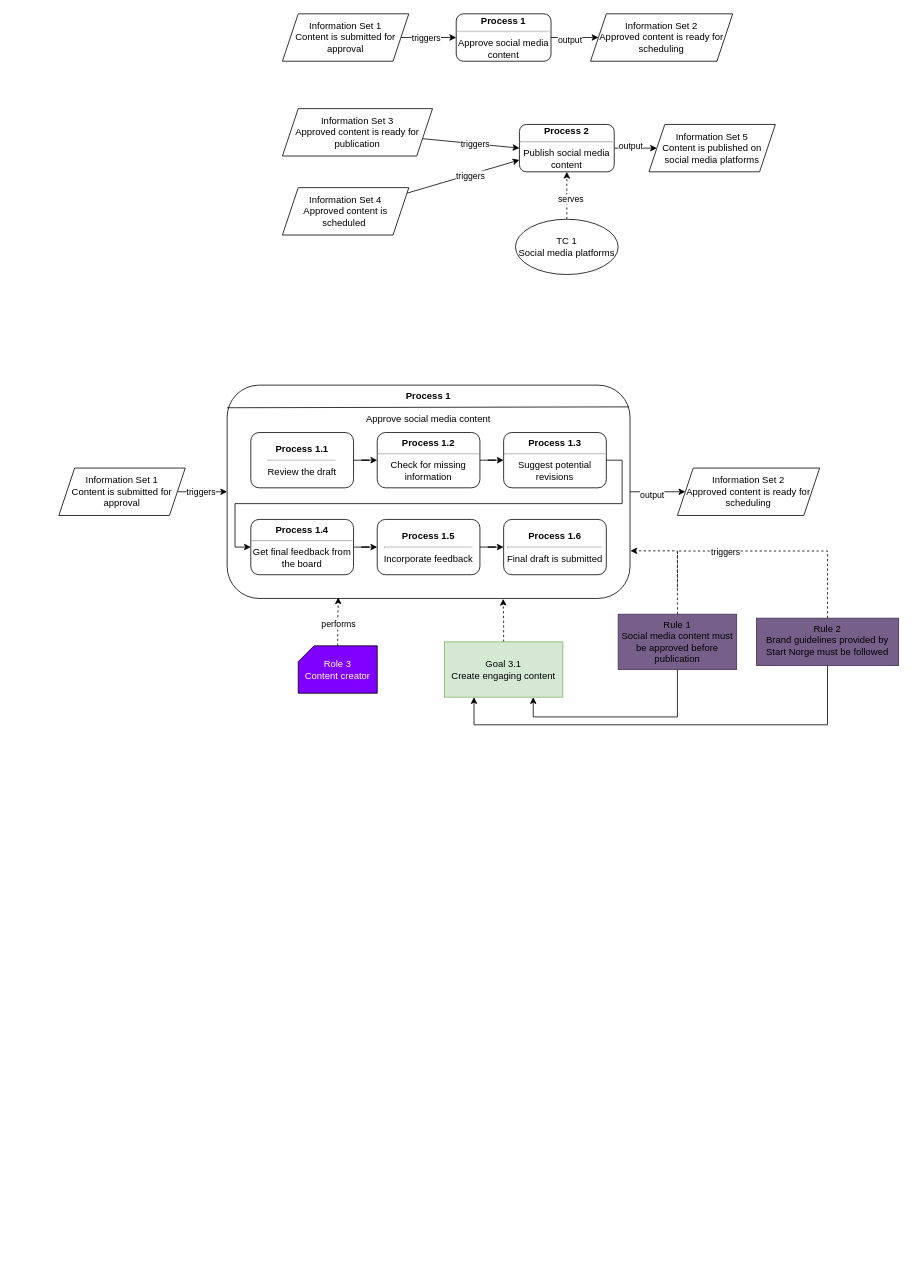
Above: page "business_process" (6 of 8) of Start Norge.drawio in marhjoh/TDT4252-Enterprise-Architecture-for-Enterprise-Innovation (draw.io), before the change. Source tidied: cells renumbered, new cells numbered last; positions are measured from the earlier drawing's top-left corner, leaving out a move shared by most shapes. Both pictures are drawn from the tidied source at 79%, with x=0, y=0 at pixel (58, 13).
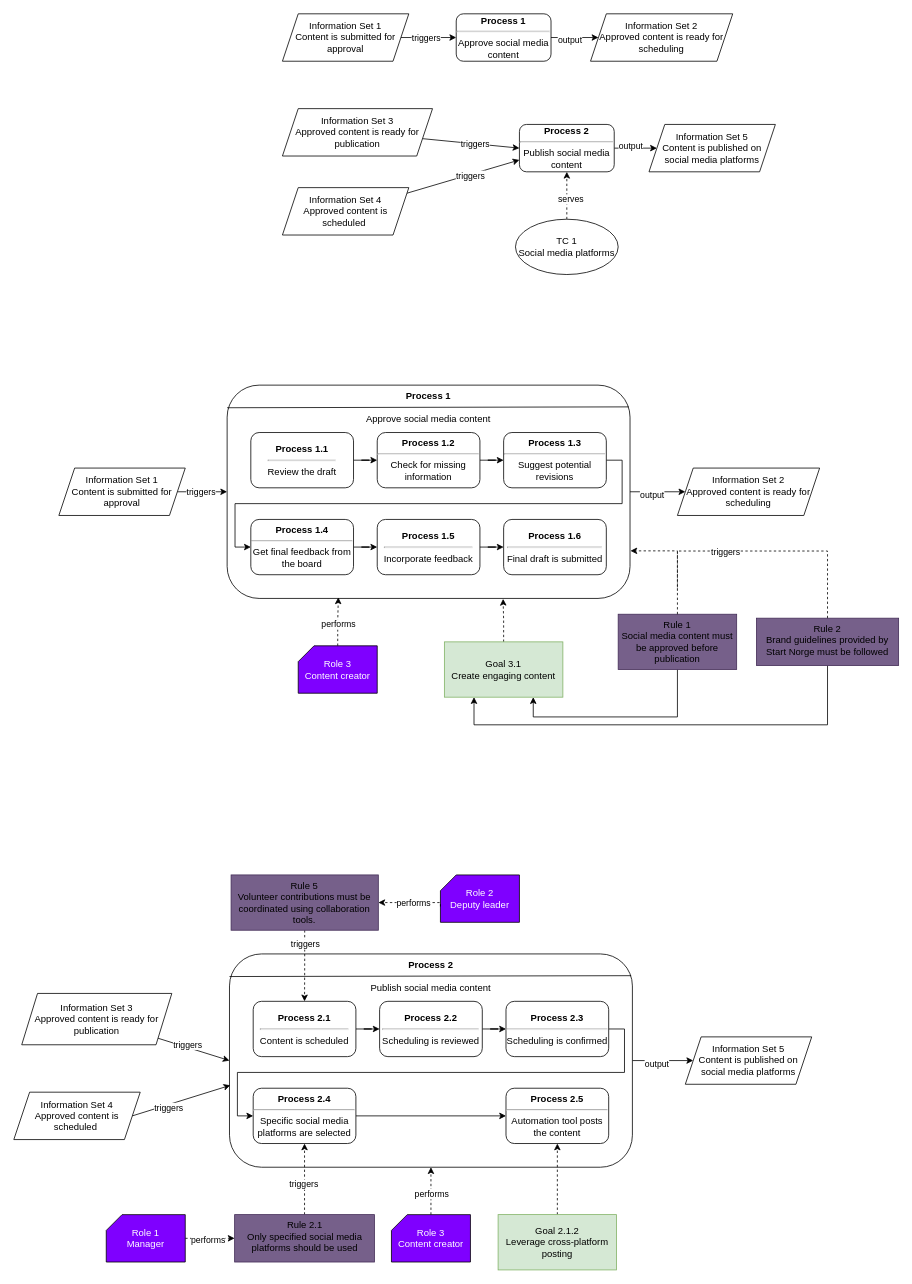
The same page after the edit.

Commit message:
add: subprocess post content

Diff of the diagram source:
```diff
@@
+    <mxCell id="53" style="edgeStyle=orthogonalEdgeStyle;rounded=0;jettySize=auto;html=1;entryX=0;entryY=0.5;entryDx=0;entryDy=0;" parent="1" edge="1" source="55" target="75">
+      <mxGeometry relative="1" as="geometry" />
+    </mxCell>
+    <mxCell id="54" value="output" style="edgeLabel;html=1;align=center;verticalAlign=middle;" parent="53" vertex="1">
+      <mxGeometry x="-0.22" y="-3" relative="1" as="geometry" />
+    </mxCell>
+    <mxCell id="55" value="&lt;b&gt;Process 2&lt;/b&gt;&lt;div&gt;&lt;br&gt;&lt;/div&gt;&lt;div&gt;Publish social media content&lt;div&gt;&lt;/div&gt;&lt;/div&gt;" style="rounded=1;whiteSpace=wrap;html=1;verticalAlign=top;" parent="1" vertex="1">
+      <mxGeometry x="216" y="1190" width="510" height="270" as="geometry" />
+    </mxCell>
+    <mxCell id="56" style="rounded=0;jettySize=auto;html=1;entryX=0;entryY=0.5;entryDx=0;entryDy=0;" parent="1" edge="1" source="58" target="55">
+      <mxGeometry relative="1" as="geometry" />
+    </mxCell>
+    <mxCell id="57" value="triggers" style="edgeLabel;html=1;align=center;verticalAlign=middle;" parent="56" vertex="1">
+      <mxGeometry x="-0.44" relative="1" as="geometry">
+        <mxPoint x="11" as="offset" />
+      </mxGeometry>
+    </mxCell>
+    <mxCell id="58" value="Information Set 3&lt;div&gt;Approved content is ready for publication&lt;/div&gt;" style="shape=parallelogram;perimeter=parallelogramPerimeter;whiteSpace=wrap;html=1;fixedSize=1;" parent="1" vertex="1">
+      <mxGeometry x="-47" y="1240" width="190" height="65" as="geometry" />
+    </mxCell>
+    <mxCell id="59" value="&lt;b&gt;Process 2.5&lt;/b&gt;&lt;hr&gt;Automation tool posts the content&lt;div&gt;&lt;/div&gt;" style="rounded=1;whiteSpace=wrap;html=1;" parent="1" vertex="1">
+      <mxGeometry x="566" y="1360" width="130" height="70" as="geometry" />
+    </mxCell>
+    <mxCell id="60" style="edgeStyle=orthogonalEdgeStyle;rounded=0;jettySize=auto;html=1;entryX=0;entryY=0.5;entryDx=0;entryDy=0;exitX=1;exitY=0.5;exitDx=0;exitDy=0;" parent="1" edge="1" source="70" target="69">
+      <mxGeometry relative="1" as="geometry">
+        <Array as="points">
+          <mxPoint x="716" y="1285" />
+          <mxPoint x="716" y="1340" />
+          <mxPoint x="226" y="1340" />
+          <mxPoint x="226" y="1395" />
+        </Array>
+      </mxGeometry>
+    </mxCell>
+    <mxCell id="61" style="edgeStyle=orthogonalEdgeStyle;rounded=0;jettySize=auto;html=1;entryX=0;entryY=0.5;entryDx=0;entryDy=0;" parent="1" edge="1" source="62" target="70">
+      <mxGeometry relative="1" as="geometry" />
+    </mxCell>
+    <mxCell id="62" value="&lt;b&gt;Process 2.2&lt;/b&gt;&lt;hr&gt;Scheduling is reviewed&lt;div&gt;&lt;/div&gt;" style="rounded=1;whiteSpace=wrap;html=1;" parent="1" vertex="1">
+      <mxGeometry x="406" y="1250" width="130" height="70" as="geometry" />
+    </mxCell>
+    <mxCell id="63" style="edgeStyle=orthogonalEdgeStyle;rounded=0;jettySize=auto;html=1;" parent="1" edge="1" source="64" target="62">
+      <mxGeometry relative="1" as="geometry" />
+    </mxCell>
+    <mxCell id="64" value="&lt;b&gt;Process 2.1&lt;/b&gt;&lt;hr&gt;Content is scheduled&lt;div&gt;&lt;/div&gt;" style="rounded=1;whiteSpace=wrap;html=1;" parent="1" vertex="1">
+      <mxGeometry x="246" y="1250" width="130" height="70" as="geometry" />
+    </mxCell>
+    <mxCell id="65" style="edgeStyle=orthogonalEdgeStyle;rounded=0;jettySize=auto;html=1;entryX=0.5;entryY=1;entryDx=0;entryDy=0;dashed=1;" parent="1" edge="1" source="67" target="55">
+      <mxGeometry relative="1" as="geometry" />
+    </mxCell>
+    <mxCell id="66" value="performs" style="edgeLabel;html=1;align=center;verticalAlign=middle;" parent="65" vertex="1">
+      <mxGeometry x="-0.09" relative="1" as="geometry" />
+    </mxCell>
+    <mxCell id="67" value="Role 3&lt;div&gt;Content creator&lt;/div&gt;" style="verticalLabelPosition=middle;verticalAlign=middle;html=1;shape=card;whiteSpace=wrap;size=20;arcSize=12;align=center;fillColor=#7F00FF;labelPosition=center;fontColor=#FFFFFF;" parent="1" vertex="1">
+      <mxGeometry x="421" y="1520" width="100" height="60" as="geometry" />
+    </mxCell>
+    <mxCell id="68" style="edgeStyle=orthogonalEdgeStyle;rounded=0;jettySize=auto;html=1;" parent="1" edge="1" source="69" target="59">
+      <mxGeometry relative="1" as="geometry" />
+    </mxCell>
+    <mxCell id="69" value="&lt;b&gt;Process 2.4&lt;/b&gt;&lt;hr&gt;Specific social media platforms are selected&lt;div&gt;&lt;/div&gt;" style="rounded=1;whiteSpace=wrap;html=1;" parent="1" vertex="1">
+      <mxGeometry x="246" y="1360" width="130" height="70" as="geometry" />
+    </mxCell>
+    <mxCell id="70" value="&lt;b&gt;Process 2.3&lt;/b&gt;&lt;hr&gt;Scheduling is confirmed&lt;div&gt;&lt;/div&gt;" style="rounded=1;whiteSpace=wrap;html=1;" parent="1" vertex="1">
+      <mxGeometry x="566" y="1250" width="130" height="70" as="geometry" />
+    </mxCell>
+    <mxCell id="71" style="endArrow=none;html=1;rounded=0;exitX=0;exitY=0.106;exitDx=0;exitDy=0;exitPerimeter=0;entryX=0.997;entryY=0.102;entryDx=0;entryDy=0;entryPerimeter=0;" parent="1" edge="1" source="55" target="55">
+      <mxGeometry relative="1" as="geometry" />
+    </mxCell>
+    <mxCell id="72" value="Information Set 4&lt;div&gt;Approved content is scheduled&amp;nbsp;&lt;/div&gt;" style="shape=parallelogram;perimeter=parallelogramPerimeter;whiteSpace=wrap;html=1;fixedSize=1;" parent="1" vertex="1">
+      <mxGeometry x="-57" y="1365" width="160" height="60" as="geometry" />
+    </mxCell>
+    <mxCell id="73" style="rounded=0;jettySize=auto;html=1;entryX=0.002;entryY=0.616;entryDx=0;entryDy=0;entryPerimeter=0;exitX=1;exitY=0.5;exitDx=0;exitDy=0;" parent="1" edge="1" source="72" target="55">
+      <mxGeometry relative="1" as="geometry" />
+    </mxCell>
+    <mxCell id="74" value="triggers" style="edgeLabel;html=1;align=center;verticalAlign=middle;" parent="73" vertex="1">
+      <mxGeometry x="-0.44" relative="1" as="geometry">
+        <mxPoint x="11" as="offset" />
+      </mxGeometry>
+    </mxCell>
+    <mxCell id="75" value="Information Set 5&lt;div&gt;Content is published on social media platforms&lt;/div&gt;" style="shape=parallelogram;perimeter=parallelogramPerimeter;whiteSpace=wrap;html=1;fixedSize=1;" parent="1" vertex="1">
+      <mxGeometry x="793" y="1295" width="160" height="60" as="geometry" />
+    </mxCell>
+    <mxCell id="76" style="edgeStyle=orthogonalEdgeStyle;rounded=0;jettySize=auto;html=1;entryX=0.5;entryY=1;entryDx=0;entryDy=0;dashed=1;" parent="1" edge="1" source="78" target="69">
+      <mxGeometry relative="1" as="geometry" />
+    </mxCell>
+    <mxCell id="77" value="triggers" style="edgeLabel;html=1;align=center;verticalAlign=middle;" parent="76" vertex="1">
+      <mxGeometry x="-0.14" y="2" relative="1" as="geometry" />
+    </mxCell>
+    <mxCell id="78" value="Rule 2.1&lt;div&gt;&lt;div&gt;Only specified social media platforms should be used&lt;/div&gt;&lt;/div&gt;" style="rounded=0;whiteSpace=wrap;html=1;strokeColor=#432D57;fillColor=#76608a;fontColor=#000000;verticalAlign=top;" parent="1" vertex="1">
+      <mxGeometry x="222.5" y="1520" width="177" height="60" as="geometry" />
+    </mxCell>
+    <mxCell id="79" value="Role 2&lt;div&gt;Deputy leader&lt;/div&gt;" style="verticalLabelPosition=middle;verticalAlign=middle;html=1;shape=card;whiteSpace=wrap;size=20;arcSize=12;align=center;fillColor=#7F00FF;labelPosition=center;fontColor=#FFFFFF;" parent="1" vertex="1">
+      <mxGeometry x="483" y="1090" width="100" height="60" as="geometry" />
+    </mxCell>
+    <mxCell id="80" style="edgeStyle=orthogonalEdgeStyle;rounded=0;jettySize=auto;html=1;entryX=1;entryY=0.5;entryDx=0;entryDy=0;dashed=1;exitX=0;exitY=0;exitDx=0;exitDy=40;exitPerimeter=0;" parent="1" edge="1" source="79" target="84">
+      <mxGeometry relative="1" as="geometry">
+        <Array as="points">
+          <mxPoint x="483" y="1125" />
+        </Array>
+      </mxGeometry>
+    </mxCell>
+    <mxCell id="81" value="performs" style="edgeLabel;html=1;align=center;verticalAlign=middle;" parent="80" vertex="1">
+      <mxGeometry x="-0.18" y="1" relative="1" as="geometry">
+        <mxPoint x="-6" y="-1" as="offset" />
+      </mxGeometry>
+    </mxCell>
+    <mxCell id="82" style="edgeStyle=orthogonalEdgeStyle;rounded=0;jettySize=auto;html=1;entryX=0.5;entryY=0;entryDx=0;entryDy=0;dashed=1;" parent="1" edge="1" source="84" target="64">
+      <mxGeometry relative="1" as="geometry" />
+    </mxCell>
+    <mxCell id="83" value="triggers" style="edgeLabel;html=1;align=center;verticalAlign=middle;" parent="82" vertex="1">
+      <mxGeometry x="-0.63" relative="1" as="geometry" />
+    </mxCell>
+    <mxCell id="84" value="Rule 5&lt;div&gt;&lt;div&gt;Volunteer contributions must be coordinated using collaboration tools.&lt;/div&gt;&lt;div&gt;&lt;br&gt;&lt;/div&gt;&lt;/div&gt;" style="rounded=0;whiteSpace=wrap;html=1;strokeColor=#432D57;fillColor=#76608a;fontColor=#000000;verticalAlign=top;" parent="1" vertex="1">
+      <mxGeometry x="218" y="1090" width="186.4" height="70" as="geometry" />
+    </mxCell>
+    <mxCell id="85" style="edgeStyle=orthogonalEdgeStyle;rounded=0;jettySize=auto;html=1;entryX=0.5;entryY=1;entryDx=0;entryDy=0;dashed=1;" parent="1" edge="1" source="86" target="59">
+      <mxGeometry relative="1" as="geometry" />
+    </mxCell>
+    <mxCell id="86" value="Goal 2.1.2&lt;div&gt;Leverage cross-platform posting&lt;/div&gt;" style="rounded=0;whiteSpace=wrap;html=1;fillColor=#d5e8d4;strokeColor=#82b366;" parent="1" vertex="1">
+      <mxGeometry x="556" y="1520" width="150" height="70" as="geometry" />
+    </mxCell>
+    <mxCell id="87" style="edgeStyle=orthogonalEdgeStyle;rounded=0;jettySize=auto;html=1;entryX=0;entryY=0.5;entryDx=0;entryDy=0;dashed=1;" parent="1" edge="1" source="89" target="78">
+      <mxGeometry relative="1" as="geometry" />
+    </mxCell>
+    <mxCell id="88" value="performs" style="edgeLabel;html=1;align=center;verticalAlign=middle;" parent="87" vertex="1">
+      <mxGeometry x="-0.12" y="-2" relative="1" as="geometry" />
+    </mxCell>
+    <mxCell id="89" value="Role 1&lt;div&gt;Manager&lt;/div&gt;" style="verticalLabelPosition=middle;verticalAlign=middle;html=1;shape=card;whiteSpace=wrap;size=20;arcSize=12;align=center;fillColor=#7F00FF;labelPosition=center;fontColor=#FFFFFF;" parent="1" vertex="1">
+      <mxGeometry x="60" y="1520" width="100" height="60" as="geometry" />
+    </mxCell>
```
